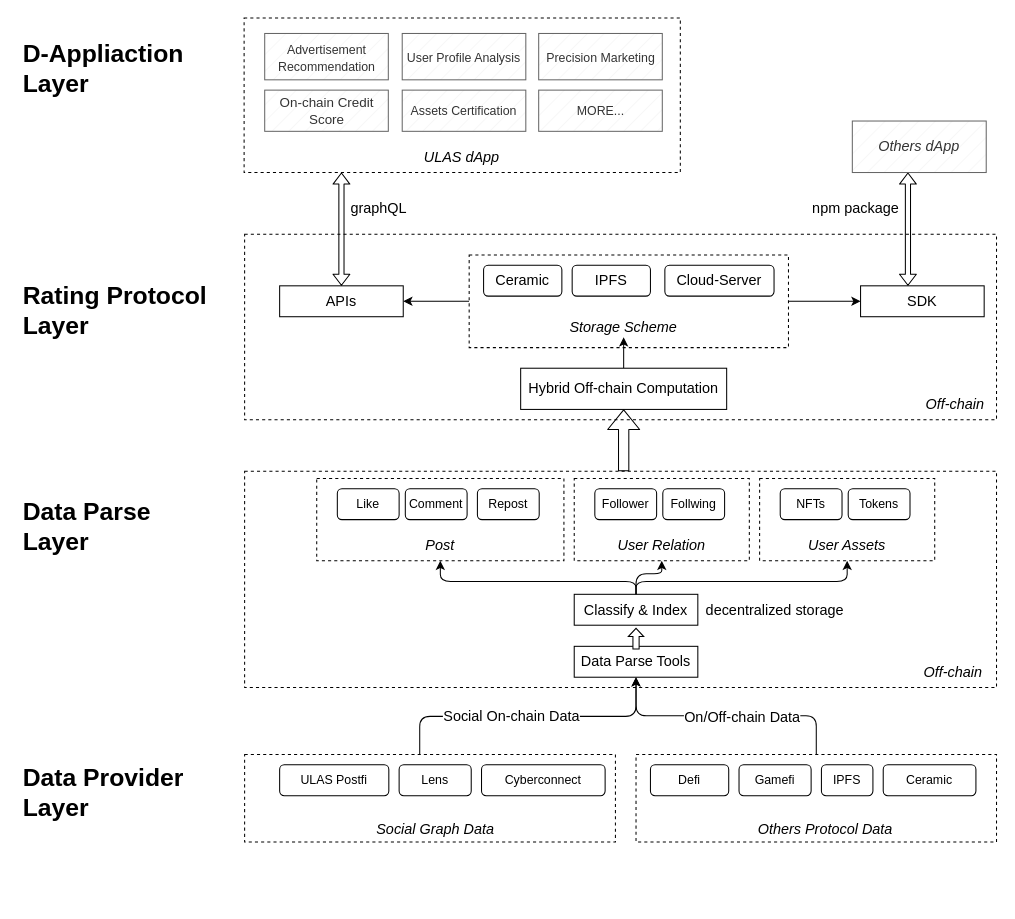
Above: Social Graph Quality Analysis.drawio in ulasnetwork/ulas-diagram (draw.io), before the change. Source tidied: cells renumbered, new cells numbered last; positions are measured from the earlier drawing's top-left corner, leaving out a move shared by most shapes. Both pictures are drawn from the tidied source at 103%, with x=0, y=0 at pixel (18, 18).
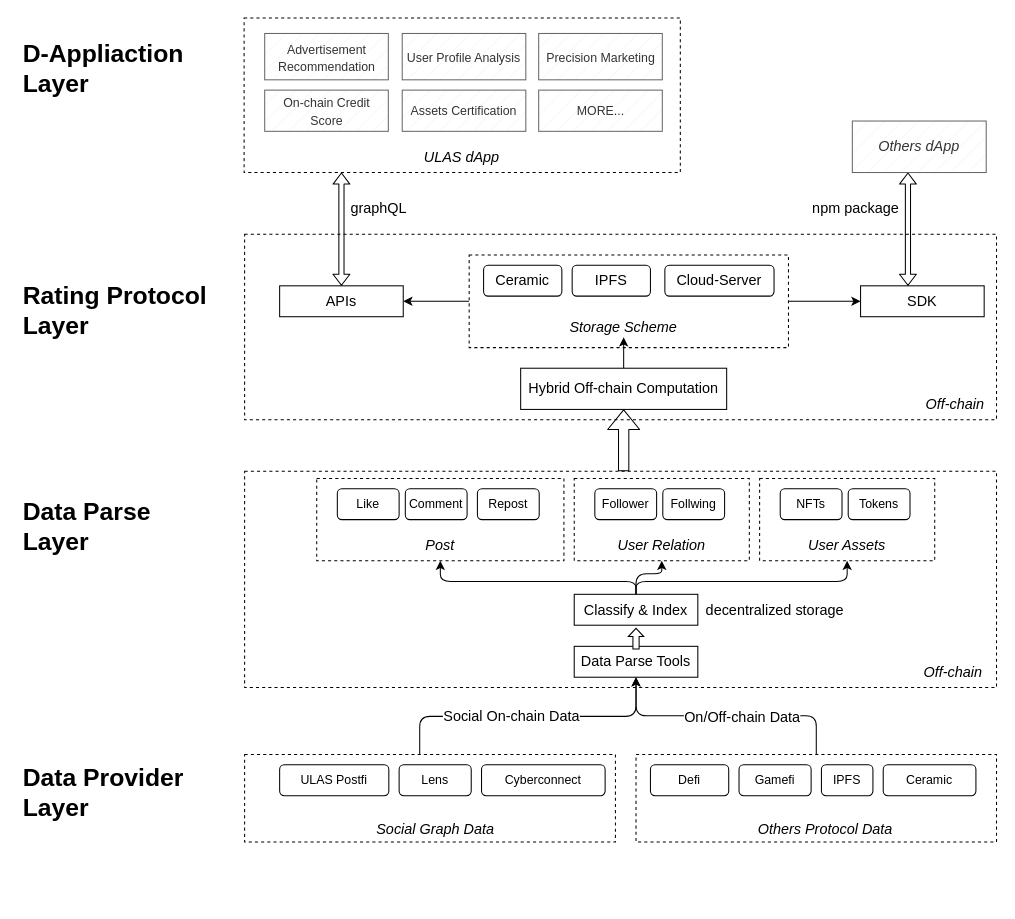
After the change.

The edit, as a diff of the source:
```diff
@@
-    <mxCell id="62" value="&lt;div style=&quot;font-size: 13px;&quot;&gt;On-chain Credit Score&lt;/div&gt;" style="rounded=0;whiteSpace=wrap;html=1;fontSize=14;align=center;fillColor=#f5f5f5;strokeColor=#666666;fontColor=#333333;fillStyle=hatch;" parent="1" vertex="1">
+    <mxCell id="62" value="&lt;div style=&quot;&quot;&gt;&lt;font style=&quot;font-size: 12px;&quot;&gt;On-chain Credit Score&lt;/font&gt;&lt;/div&gt;" style="rounded=0;whiteSpace=wrap;html=1;fontSize=14;align=center;fillColor=#f5f5f5;strokeColor=#666666;fontColor=#333333;fillStyle=hatch;" parent="1" vertex="1">
       <mxGeometry x="239.5" y="70" width="120" height="40" as="geometry" />
     </mxCell>
```
